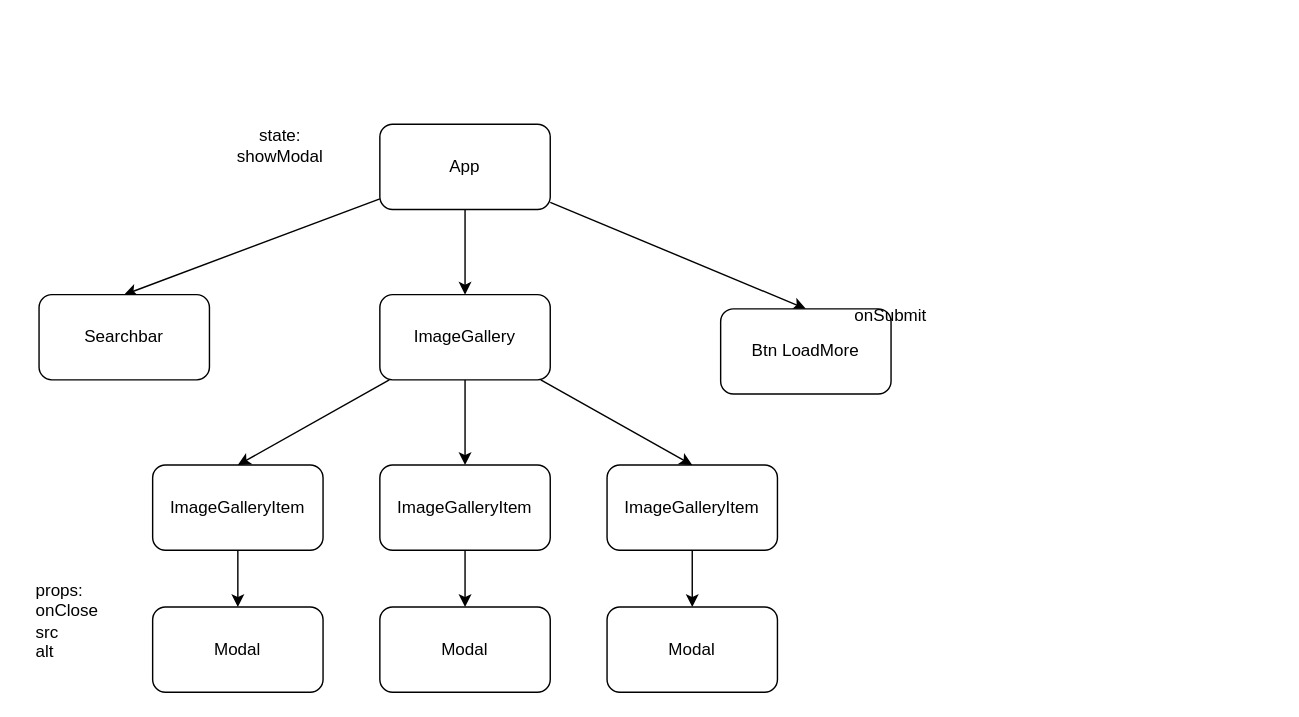
Earlier version of the draw.io diagram src/assets/architecture.drawio (pberkut/goit-react-hw-04-images). Source tidied: cells renumbered, new cells numbered last; positions are measured from the earlier drawing's top-left corner, leaving out a move shared by most shapes. Both pictures are drawn from the tidied source at 142%, with x=0, y=0 at pixel (24, 124).
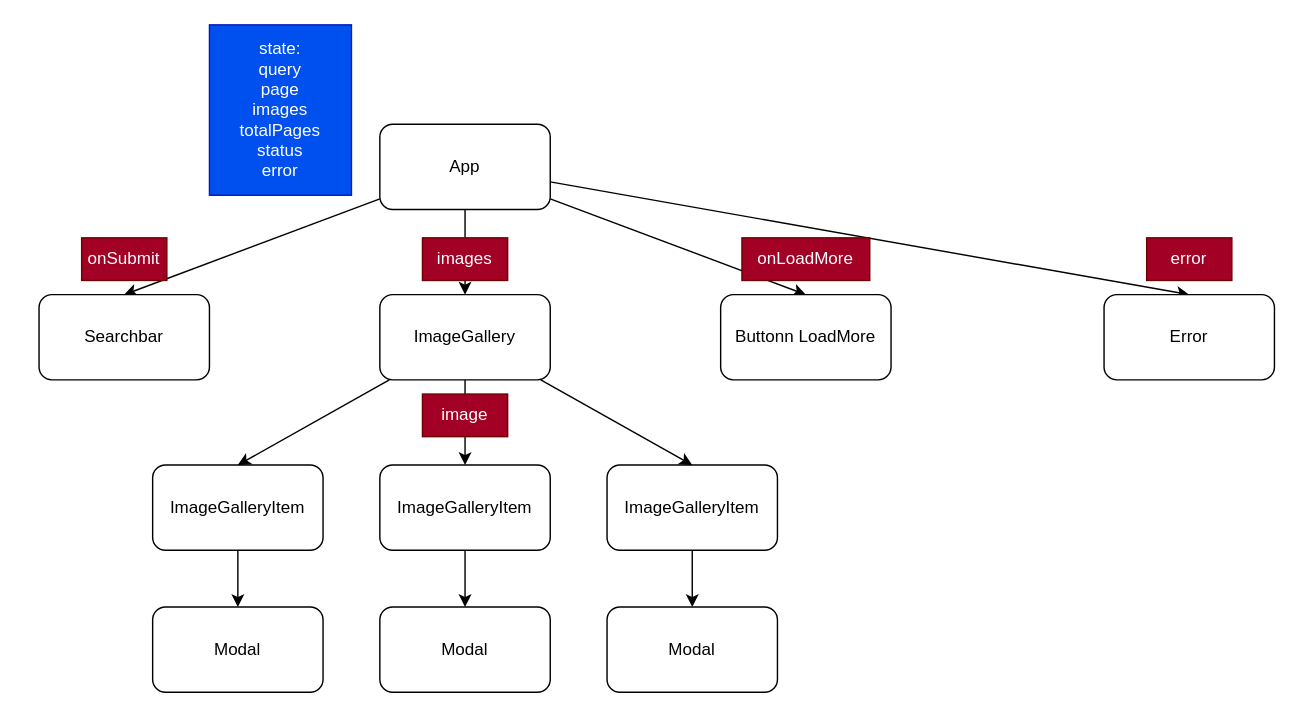
Above is the later version.

Unchanged cells that the change refers to:
```xml
<mxCell id="5" value="App" style="rounded=1;whiteSpace=wrap;html=1;" parent="1" vertex="1">
  <mxGeometry x="250" width="120" height="60" as="geometry" />
</mxCell>
<mxCell id="10" value="ImageGallery" style="rounded=1;whiteSpace=wrap;html=1;" parent="1" vertex="1">
  <mxGeometry x="250" y="120" width="120" height="60" as="geometry" />
</mxCell>
```

What changed in the source:
```diff
@@
-    <mxCell id="3" style="edgeStyle=none;html=1;" parent="1" edge="1" source="5" target="10">
+    <mxCell id="3" style="edgeStyle=none;html=1;startArrow=none;" parent="1" edge="1" source="30" target="10">
       <mxGeometry relative="1" as="geometry" />
     </mxCell>
@@
+    <mxCell id="24" style="edgeStyle=none;html=1;entryX=0.5;entryY=0;entryDx=0;entryDy=0;" parent="1" edge="1" source="5" target="26">
+      <mxGeometry relative="1" as="geometry" />
+    </mxCell>
@@
-    <mxCell id="18" value="Btn LoadMore" style="rounded=1;whiteSpace=wrap;html=1;" parent="1" vertex="1">
-      <mxGeometry x="490" y="130" width="120" height="60" as="geometry" />
+    <mxCell id="18" value="Buttonn LoadMore" style="rounded=1;whiteSpace=wrap;html=1;" parent="1" vertex="1">
+      <mxGeometry x="490" y="120" width="120" height="60" as="geometry" />
     </mxCell>
-    <mxCell id="19" value="onSubmit" style="text;html=1;strokeColor=none;fillColor=none;align=center;verticalAlign=middle;whiteSpace=wrap;rounded=0;" parent="1" vertex="1">
-      <mxGeometry x="580" y="120" width="60" height="30" as="geometry" />
+    <mxCell id="19" value="onSubmit" style="text;html=1;strokeColor=#6F0000;fillColor=#a20025;align=center;verticalAlign=middle;whiteSpace=wrap;rounded=0;fontColor=#ffffff;" parent="1" vertex="1">
+      <mxGeometry x="40" y="80" width="60" height="30" as="geometry" />
     </mxCell>
-    <mxCell id="20" value="&lt;div style=&quot;text-align: left;&quot;&gt;&lt;span style=&quot;background-color: initial;&quot;&gt;props:&lt;/span&gt;&lt;/div&gt;&lt;div style=&quot;text-align: left;&quot;&gt;&lt;span style=&quot;background-color: initial;&quot;&gt;onClose&lt;/span&gt;&lt;/div&gt;&lt;div style=&quot;text-align: left;&quot;&gt;&lt;span style=&quot;background-color: initial;&quot;&gt;src&lt;/span&gt;&lt;/div&gt;&lt;div style=&quot;text-align: left;&quot;&gt;&lt;span style=&quot;background-color: initial;&quot;&gt;alt&lt;/span&gt;&lt;/div&gt;" style="text;html=1;strokeColor=none;fillColor=none;align=center;verticalAlign=middle;whiteSpace=wrap;rounded=0;" parent="1" vertex="1">
-      <mxGeometry y="320" width="60" height="60" as="geometry" />
-    </mxCell>
-    <mxCell id="21" value="state:&lt;br&gt;showModal" style="text;html=1;strokeColor=none;fillColor=none;align=center;verticalAlign=middle;whiteSpace=wrap;rounded=0;" parent="1" vertex="1">
-      <mxGeometry x="150" width="60" height="30" as="geometry" />
+    <mxCell id="21" value="state:&lt;br&gt;query&lt;br&gt;page&lt;br&gt;images&lt;br&gt;totalPages&lt;br&gt;status&lt;br&gt;error" style="text;html=1;strokeColor=#001DBC;fillColor=#0050ef;align=center;verticalAlign=middle;whiteSpace=wrap;rounded=0;fontColor=#ffffff;" parent="1" vertex="1">
+      <mxGeometry x="130" y="-70" width="100" height="120" as="geometry" />
     </mxCell>
@@
+    <mxCell id="25" value="onLoadMore" style="text;html=1;strokeColor=#6F0000;fillColor=#a20025;align=center;verticalAlign=middle;whiteSpace=wrap;rounded=0;fontColor=#ffffff;" parent="1" vertex="1">
+      <mxGeometry x="505" y="80" width="90" height="30" as="geometry" />
+    </mxCell>
+    <mxCell id="26" value="Error" style="rounded=1;whiteSpace=wrap;html=1;" parent="1" vertex="1">
+      <mxGeometry x="760" y="120" width="120" height="60" as="geometry" />
+    </mxCell>
+    <mxCell id="27" value="error" style="text;html=1;strokeColor=#6F0000;fillColor=#a20025;align=center;verticalAlign=middle;whiteSpace=wrap;rounded=0;fontColor=#ffffff;" parent="1" vertex="1">
+      <mxGeometry x="790" y="80" width="60" height="30" as="geometry" />
+    </mxCell>
+    <mxCell id="28" value="image" style="text;html=1;strokeColor=#6F0000;fillColor=#a20025;align=center;verticalAlign=middle;whiteSpace=wrap;rounded=0;fontColor=#ffffff;" parent="1" vertex="1">
+      <mxGeometry x="280" y="190" width="60" height="30" as="geometry" />
+    </mxCell>
+    <mxCell id="29" style="edgeStyle=none;html=1;endArrow=none;" parent="1" edge="1" source="5" target="30">
+      <mxGeometry relative="1" as="geometry" />
+    </mxCell>
+    <mxCell id="30" value="images" style="text;html=1;strokeColor=#6F0000;fillColor=#a20025;align=center;verticalAlign=middle;whiteSpace=wrap;rounded=0;fontColor=#ffffff;" parent="1" vertex="1">
+      <mxGeometry x="280" y="80" width="60" height="30" as="geometry" />
+    </mxCell>
```
